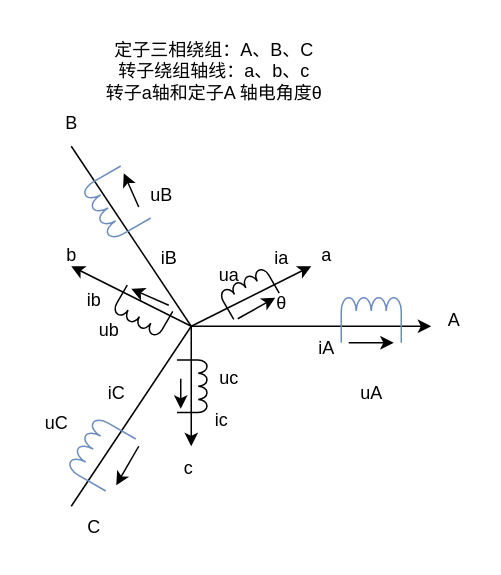
Vinson-001/Blog-flow-chart keeps this draw.io diagram as page "第 1 页" (1 of 3) of 同步电机和异步电机数学模型.drawio. Above is the earlier version. Source tidied: cells renumbered, new cells numbered last; positions are measured from the earlier drawing's top-left corner, leaving out a move shared by most shapes. Both pictures are drawn from the tidied source at 150%, with x=0, y=0 at pixel (26, 26).
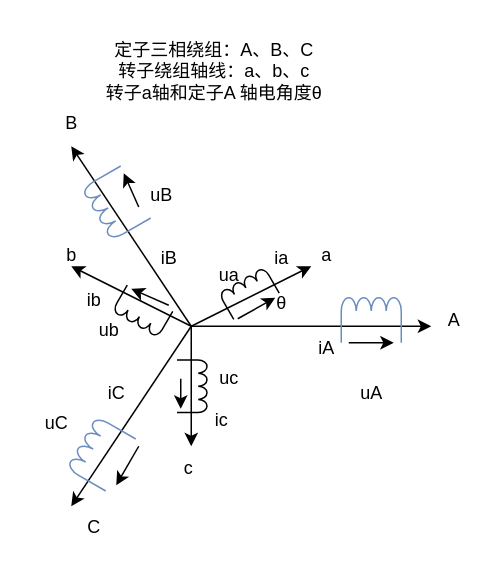
The same diagram, later.

Commit message:
更新同步电机和异步电机数学模型.drawio

The edit, as a diff of the source:
```diff
@@
-    <mxCell id="3" style="endArrow=none;html=1;rounded=0;" parent="1" edge="1">
+    <mxCell id="3" style="endArrow=classic;html=1;rounded=0;endFill=1;" parent="1" edge="1">
       <mxGeometry relative="1" as="geometry">
         <mxPoint x="110" y="200" as="sourcePoint" />
         <mxPoint x="30" y="80" as="targetPoint" />
       </mxGeometry>
     </mxCell>
-    <mxCell id="4" style="endArrow=none;html=1;rounded=0;" parent="1" edge="1">
+    <mxCell id="4" style="endArrow=classic;html=1;rounded=0;endFill=1;" parent="1" edge="1">
       <mxGeometry relative="1" as="geometry">
         <mxPoint x="110" y="200" as="sourcePoint" />
         <mxPoint x="30" y="320" as="targetPoint" />
       </mxGeometry>
     </mxCell>
```
